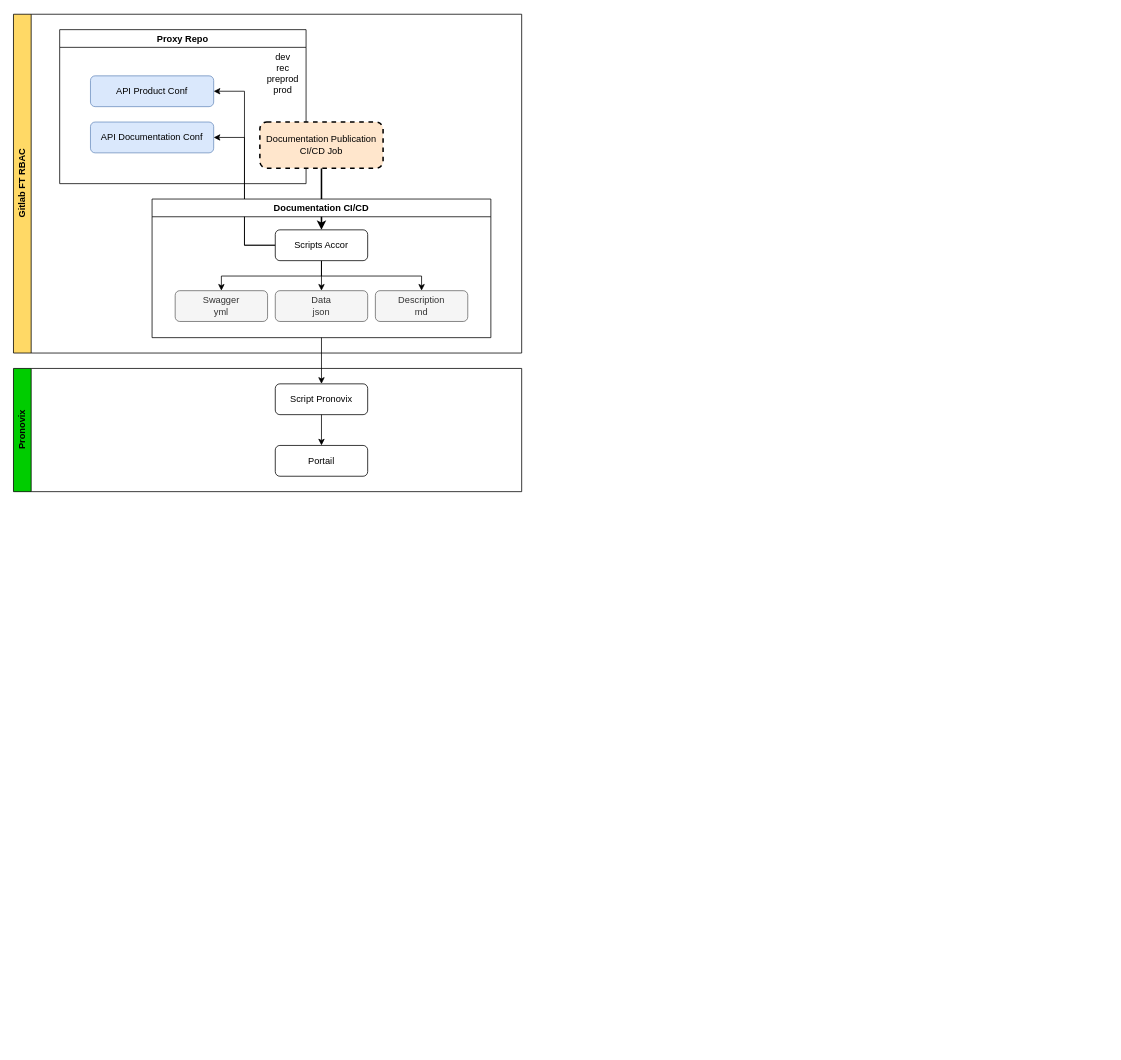
The draw.io diagram page "Page-2" (2 of 2) of Pronovix-cicd-implementation.drawio in 41M3/draw.io, before the edit. Source tidied: cells renumbered, new cells numbered last; positions are measured from the earlier drawing's top-left corner, leaving out a move shared by most shapes. Both pictures are drawn from the tidied source at 77%, with x=0, y=0 at pixel (13, 14). Pictures stored in the file or linked from it are replaced by grey dashed boxes.
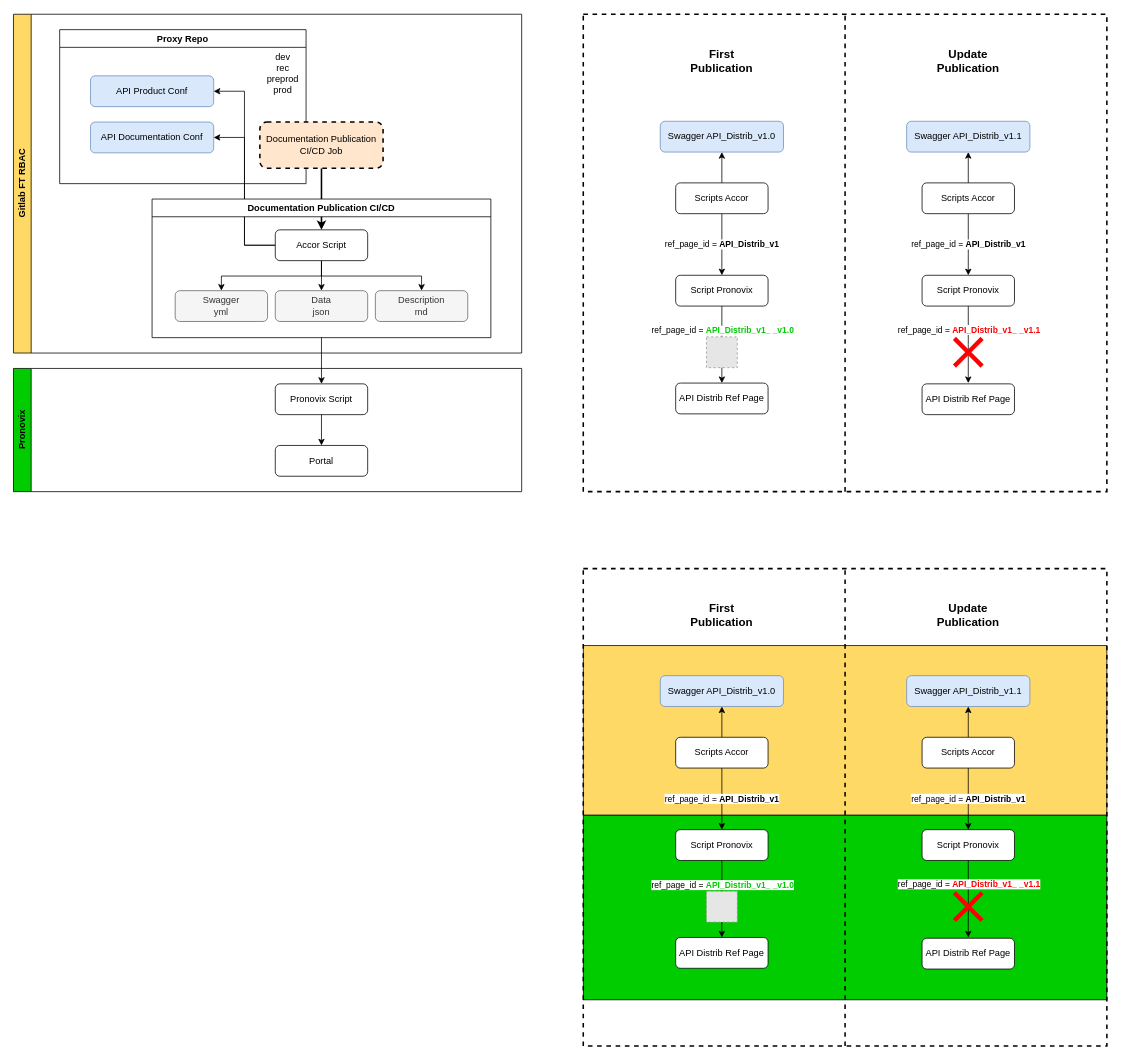
After the change.

Commit message:
Mettre à jour Pronovix-cicd-implementation.drawio

The change refers to these unchanged cells:
```xml
<mxCell id="3" value="Gitlab FT RBAC" style="swimlane;horizontal=0;whiteSpace=wrap;html=1;fillColor=#FFD966;" parent="1" vertex="1">
  <mxGeometry width="660" height="440" as="geometry" />
</mxCell>
```

Diff of the diagram source:
```diff
@@
+    <mxCell id="24" style="group;" parent="1" vertex="1">
+      <mxGeometry x="740" y="720" width="680" height="620" as="geometry" />
+    </mxCell>
+    <mxCell id="25" style="rounded=0;whiteSpace=wrap;html=1;fillColor=#00CC00;" parent="24" vertex="1">
+      <mxGeometry y="320" width="680" height="240" as="geometry" />
+    </mxCell>
+    <mxCell id="26" style="rounded=0;whiteSpace=wrap;html=1;fillColor=#FFD966;" parent="24" vertex="1">
+      <mxGeometry y="100" width="680" height="220" as="geometry" />
+    </mxCell>
+    <mxCell id="27" style="rounded=0;whiteSpace=wrap;html=1;dashed=1;strokeWidth=2;fillColor=none;" parent="24" vertex="1">
+      <mxGeometry width="680" height="620" as="geometry" />
+    </mxCell>
+    <mxCell id="28" style="endArrow=none;dashed=1;html=1;rounded=0;entryX=0.5;entryY=0;entryDx=0;entryDy=0;strokeWidth=2;" parent="24" edge="1" target="27">
+      <mxGeometry relative="1" as="geometry">
+        <mxPoint x="340" y="620" as="sourcePoint" />
+      </mxGeometry>
+    </mxCell>
@@
-    <mxCell id="12" value="Documentation CI/CD" style="swimlane;whiteSpace=wrap;html=1;" parent="3" vertex="1">
+    <mxCell id="12" value="Documentation Publication CI/CD" style="swimlane;whiteSpace=wrap;html=1;" parent="3" vertex="1">
       <mxGeometry x="180" y="240" width="440" height="180" as="geometry" />
     </mxCell>
@@
-    <mxCell id="16" value="Scripts Accor" style="rounded=1;whiteSpace=wrap;html=1;" parent="12" vertex="1">
+    <mxCell id="16" value="Accor Script" style="rounded=1;whiteSpace=wrap;html=1;" parent="12" vertex="1">
       <mxGeometry x="160" y="40" width="120" height="40" as="geometry" />
     </mxCell>
@@
-    <mxCell id="20" value="Script Pronovix" style="rounded=1;whiteSpace=wrap;html=1;" parent="1" vertex="1">
+    <mxCell id="20" value="Pronovix Script" style="rounded=1;whiteSpace=wrap;html=1;" parent="1" vertex="1">
       <mxGeometry x="340" y="480" width="120" height="40" as="geometry" />
     </mxCell>
-    <mxCell id="21" value="Portail" style="rounded=1;whiteSpace=wrap;html=1;" parent="1" vertex="1">
+    <mxCell id="21" value="Portal" style="rounded=1;whiteSpace=wrap;html=1;" parent="1" vertex="1">
       <mxGeometry x="340" y="560" width="120" height="40" as="geometry" />
     </mxCell>
@@
+    <mxCell id="29" value="ref_page_id = &lt;b&gt;API_Distrib_v1&lt;/b&gt;" style="edgeStyle=orthogonalEdgeStyle;rounded=0;jettySize=auto;html=1;entryX=0.5;entryY=0;entryDx=0;entryDy=0;align=center;" parent="1" edge="1" source="31" target="34">
+      <mxGeometry relative="1" as="geometry" />
+    </mxCell>
+    <mxCell id="30" style="edgeStyle=orthogonalEdgeStyle;rounded=0;jettySize=auto;html=1;" parent="1" edge="1" source="31" target="41">
+      <mxGeometry relative="1" as="geometry" />
+    </mxCell>
+    <mxCell id="31" value="Scripts Accor" style="rounded=1;whiteSpace=wrap;html=1;" parent="1" vertex="1">
+      <mxGeometry x="860" y="219" width="120" height="40" as="geometry" />
+    </mxCell>
+    <mxCell id="32" style="edgeStyle=orthogonalEdgeStyle;rounded=0;jettySize=auto;html=1;entryX=0.5;entryY=0;entryDx=0;entryDy=0;" parent="1" edge="1" source="34" target="35">
+      <mxGeometry relative="1" as="geometry" />
+    </mxCell>
+    <mxCell id="33" value="ref_page_id =&amp;nbsp;&lt;b&gt;&lt;font color=&quot;#00cc00&quot;&gt;API_Distrib_v1_ _v1.0&lt;/font&gt;&lt;/b&gt;" style="edgeLabel;html=1;align=center;verticalAlign=middle;" parent="32" vertex="1">
+      <mxGeometry x="-0.21" y="2" relative="1" as="geometry">
+        <mxPoint x="-2" y="-9" as="offset" />
+      </mxGeometry>
+    </mxCell>
+    <mxCell id="34" value="Script Pronovix" style="rounded=1;whiteSpace=wrap;html=1;" parent="1" vertex="1">
+      <mxGeometry x="860" y="339" width="120" height="40" as="geometry" />
+    </mxCell>
+    <mxCell id="35" value="API Distrib Ref Page" style="rounded=1;whiteSpace=wrap;html=1;" parent="1" vertex="1">
+      <mxGeometry x="860" y="479" width="120" height="40" as="geometry" />
+    </mxCell>
+    <mxCell id="36" value="ref_page_id = &lt;b&gt;API_Distrib_v1&lt;/b&gt;" style="edgeStyle=orthogonalEdgeStyle;rounded=0;jettySize=auto;html=1;entryX=0.5;entryY=0;entryDx=0;entryDy=0;align=center;" parent="1" edge="1" source="38" target="39">
+      <mxGeometry relative="1" as="geometry" />
+    </mxCell>
+    <mxCell id="37" style="edgeStyle=orthogonalEdgeStyle;rounded=0;jettySize=auto;html=1;entryX=0.5;entryY=1;entryDx=0;entryDy=0;" parent="1" edge="1" source="38" target="42">
+      <mxGeometry relative="1" as="geometry" />
+    </mxCell>
+    <mxCell id="38" value="Scripts Accor" style="rounded=1;whiteSpace=wrap;html=1;" parent="1" vertex="1">
+      <mxGeometry x="1180" y="219" width="120" height="40" as="geometry" />
+    </mxCell>
+    <mxCell id="39" value="Script Pronovix" style="rounded=1;whiteSpace=wrap;html=1;" parent="1" vertex="1">
+      <mxGeometry x="1180" y="339" width="120" height="40" as="geometry" />
+    </mxCell>
+    <mxCell id="40" value="API Distrib Ref Page" style="rounded=1;whiteSpace=wrap;html=1;" parent="1" vertex="1">
+      <mxGeometry x="1180" y="480" width="120" height="40" as="geometry" />
+    </mxCell>
+    <mxCell id="41" value="Swagger API_Distrib_v1.0" style="rounded=1;whiteSpace=wrap;html=1;fillColor=#dae8fc;strokeColor=#6c8ebf;" parent="1" vertex="1">
+      <mxGeometry x="840" y="139" width="160" height="40" as="geometry" />
+    </mxCell>
+    <mxCell id="42" value="Swagger API_Distrib_v1.1" style="rounded=1;whiteSpace=wrap;html=1;fillColor=#dae8fc;strokeColor=#6c8ebf;" parent="1" vertex="1">
+      <mxGeometry x="1160" y="139" width="160" height="40" as="geometry" />
+    </mxCell>
+    <mxCell id="43" style="fillColor=#E6E6E6;strokeColor=#999999;dashed=1;html=1;verticalAlign=top;verticalLabelPosition=bottom;labelBackgroundColor=#ffffff;" parent="1" vertex="1">
+      <mxGeometry x="900" y="419" width="40" height="40" as="geometry" />
+    </mxCell>
+    <mxCell id="44" style="edgeStyle=orthogonalEdgeStyle;rounded=0;jettySize=auto;html=1;" parent="1" edge="1" source="39">
+      <mxGeometry relative="1" as="geometry">
+        <mxPoint x="1240" y="479" as="targetPoint" />
+      </mxGeometry>
+    </mxCell>
+    <mxCell id="45" value="ref_page_id =&amp;nbsp;&lt;b&gt;&lt;font color=&quot;#ff0000&quot;&gt;API_Distrib_v1_ _v1.1&lt;/font&gt;&lt;/b&gt;" style="edgeLabel;html=1;align=center;verticalAlign=middle;" parent="44" vertex="1">
+      <mxGeometry x="-0.21" y="2" relative="1" as="geometry">
+        <mxPoint x="-2" y="-10" as="offset" />
+      </mxGeometry>
+    </mxCell>
+    <mxCell id="46" style="shape=mxgraph.mockup.markup.redX;fillColor=#ff0000;html=1;shadow=0;whiteSpace=wrap;strokeColor=none;" parent="1" vertex="1">
+      <mxGeometry x="1220" y="419" width="40" height="40" as="geometry" />
+    </mxCell>
+    <mxCell id="47" value="&lt;b&gt;&lt;font style=&quot;font-size: 15px;&quot;&gt;First &lt;br&gt;Publication&lt;/font&gt;&lt;/b&gt;" style="text;html=1;align=center;verticalAlign=middle;whiteSpace=wrap;rounded=0;" parent="1" vertex="1">
+      <mxGeometry x="860" y="40" width="120" height="40" as="geometry" />
+    </mxCell>
+    <mxCell id="48" value="&lt;b&gt;&lt;font style=&quot;font-size: 15px;&quot;&gt;Update Publication&lt;/font&gt;&lt;/b&gt;" style="text;html=1;align=center;verticalAlign=middle;whiteSpace=wrap;rounded=0;" parent="1" vertex="1">
+      <mxGeometry x="1180" y="40" width="120" height="40" as="geometry" />
+    </mxCell>
+    <mxCell id="49" style="group;" parent="1" vertex="1">
+      <mxGeometry x="740" width="680" height="620" as="geometry" />
+    </mxCell>
+    <mxCell id="50" style="rounded=0;whiteSpace=wrap;html=1;dashed=1;strokeWidth=2;fillColor=none;" parent="49" vertex="1">
+      <mxGeometry width="680" height="620" as="geometry" />
+    </mxCell>
+    <mxCell id="51" style="endArrow=none;dashed=1;html=1;rounded=0;entryX=0.5;entryY=0;entryDx=0;entryDy=0;strokeWidth=2;" parent="49" edge="1" target="50">
+      <mxGeometry relative="1" as="geometry">
+        <mxPoint x="340" y="620" as="sourcePoint" />
+      </mxGeometry>
+    </mxCell>
+    <mxCell id="52" value="ref_page_id = &lt;b&gt;API_Distrib_v1&lt;/b&gt;" style="edgeStyle=orthogonalEdgeStyle;rounded=0;jettySize=auto;html=1;entryX=0.5;entryY=0;entryDx=0;entryDy=0;align=center;" parent="1" edge="1" source="54" target="57">
+      <mxGeometry relative="1" as="geometry" />
+    </mxCell>
+    <mxCell id="53" style="edgeStyle=orthogonalEdgeStyle;rounded=0;jettySize=auto;html=1;" parent="1" edge="1" source="54" target="64">
+      <mxGeometry relative="1" as="geometry" />
+    </mxCell>
+    <mxCell id="54" value="Scripts Accor" style="rounded=1;whiteSpace=wrap;html=1;" parent="1" vertex="1">
+      <mxGeometry x="860" y="939" width="120" height="40" as="geometry" />
+    </mxCell>
+    <mxCell id="55" style="edgeStyle=orthogonalEdgeStyle;rounded=0;jettySize=auto;html=1;entryX=0.5;entryY=0;entryDx=0;entryDy=0;" parent="1" edge="1" source="57" target="58">
+      <mxGeometry relative="1" as="geometry" />
+    </mxCell>
+    <mxCell id="56" value="ref_page_id =&amp;nbsp;&lt;b&gt;&lt;font color=&quot;#00cc00&quot;&gt;API_Distrib_v1_ _v1.0&lt;/font&gt;&lt;/b&gt;" style="edgeLabel;html=1;align=center;verticalAlign=middle;" parent="55" vertex="1">
+      <mxGeometry x="-0.21" y="2" relative="1" as="geometry">
+        <mxPoint x="-2" y="-9" as="offset" />
+      </mxGeometry>
+    </mxCell>
+    <mxCell id="57" value="Script Pronovix" style="rounded=1;whiteSpace=wrap;html=1;" parent="1" vertex="1">
+      <mxGeometry x="860" y="1059" width="120" height="40" as="geometry" />
+    </mxCell>
+    <mxCell id="58" value="API Distrib Ref Page" style="rounded=1;whiteSpace=wrap;html=1;" parent="1" vertex="1">
+      <mxGeometry x="860" y="1199" width="120" height="40" as="geometry" />
+    </mxCell>
+    <mxCell id="59" value="ref_page_id = &lt;b&gt;API_Distrib_v1&lt;/b&gt;" style="edgeStyle=orthogonalEdgeStyle;rounded=0;jettySize=auto;html=1;entryX=0.5;entryY=0;entryDx=0;entryDy=0;align=center;" parent="1" edge="1" source="61" target="62">
+      <mxGeometry relative="1" as="geometry" />
+    </mxCell>
+    <mxCell id="60" style="edgeStyle=orthogonalEdgeStyle;rounded=0;jettySize=auto;html=1;entryX=0.5;entryY=1;entryDx=0;entryDy=0;" parent="1" edge="1" source="61" target="65">
+      <mxGeometry relative="1" as="geometry" />
+    </mxCell>
+    <mxCell id="61" value="Scripts Accor" style="rounded=1;whiteSpace=wrap;html=1;" parent="1" vertex="1">
+      <mxGeometry x="1180" y="939" width="120" height="40" as="geometry" />
+    </mxCell>
+    <mxCell id="62" value="Script Pronovix" style="rounded=1;whiteSpace=wrap;html=1;" parent="1" vertex="1">
+      <mxGeometry x="1180" y="1059" width="120" height="40" as="geometry" />
+    </mxCell>
+    <mxCell id="63" value="API Distrib Ref Page" style="rounded=1;whiteSpace=wrap;html=1;" parent="1" vertex="1">
+      <mxGeometry x="1180" y="1200" width="120" height="40" as="geometry" />
+    </mxCell>
+    <mxCell id="64" value="Swagger API_Distrib_v1.0" style="rounded=1;whiteSpace=wrap;html=1;fillColor=#dae8fc;strokeColor=#6c8ebf;" parent="1" vertex="1">
+      <mxGeometry x="840" y="859" width="160" height="40" as="geometry" />
+    </mxCell>
+    <mxCell id="65" value="Swagger API_Distrib_v1.1" style="rounded=1;whiteSpace=wrap;html=1;fillColor=#dae8fc;strokeColor=#6c8ebf;" parent="1" vertex="1">
+      <mxGeometry x="1160" y="859" width="160" height="40" as="geometry" />
+    </mxCell>
+    <mxCell id="66" style="fillColor=#E6E6E6;strokeColor=#999999;dashed=1;html=1;verticalAlign=top;verticalLabelPosition=bottom;labelBackgroundColor=#ffffff;" parent="1" vertex="1">
+      <mxGeometry x="900" y="1139" width="40" height="40" as="geometry" />
+    </mxCell>
+    <mxCell id="67" style="edgeStyle=orthogonalEdgeStyle;rounded=0;jettySize=auto;html=1;" parent="1" edge="1" source="62">
+      <mxGeometry relative="1" as="geometry">
+        <mxPoint x="1240" y="1199" as="targetPoint" />
+      </mxGeometry>
+    </mxCell>
+    <mxCell id="68" value="ref_page_id =&amp;nbsp;&lt;b&gt;&lt;font color=&quot;#ff0000&quot;&gt;API_Distrib_v1_ _v1.1&lt;/font&gt;&lt;/b&gt;" style="edgeLabel;html=1;align=center;verticalAlign=middle;" parent="67" vertex="1">
+      <mxGeometry x="-0.21" y="2" relative="1" as="geometry">
+        <mxPoint x="-2" y="-10" as="offset" />
+      </mxGeometry>
+    </mxCell>
+    <mxCell id="69" style="shape=mxgraph.mockup.markup.redX;fillColor=#ff0000;html=1;shadow=0;whiteSpace=wrap;strokeColor=none;" parent="1" vertex="1">
+      <mxGeometry x="1220" y="1139" width="40" height="40" as="geometry" />
+    </mxCell>
+    <mxCell id="70" value="&lt;b&gt;&lt;font style=&quot;font-size: 15px;&quot;&gt;First &lt;br&gt;Publication&lt;/font&gt;&lt;/b&gt;" style="text;html=1;align=center;verticalAlign=middle;whiteSpace=wrap;rounded=0;" parent="1" vertex="1">
+      <mxGeometry x="860" y="760" width="120" height="40" as="geometry" />
+    </mxCell>
+    <mxCell id="71" value="&lt;b&gt;&lt;font style=&quot;font-size: 15px;&quot;&gt;Update Publication&lt;/font&gt;&lt;/b&gt;" style="text;html=1;align=center;verticalAlign=middle;whiteSpace=wrap;rounded=0;" parent="1" vertex="1">
+      <mxGeometry x="1180" y="760" width="120" height="40" as="geometry" />
+    </mxCell>
```
